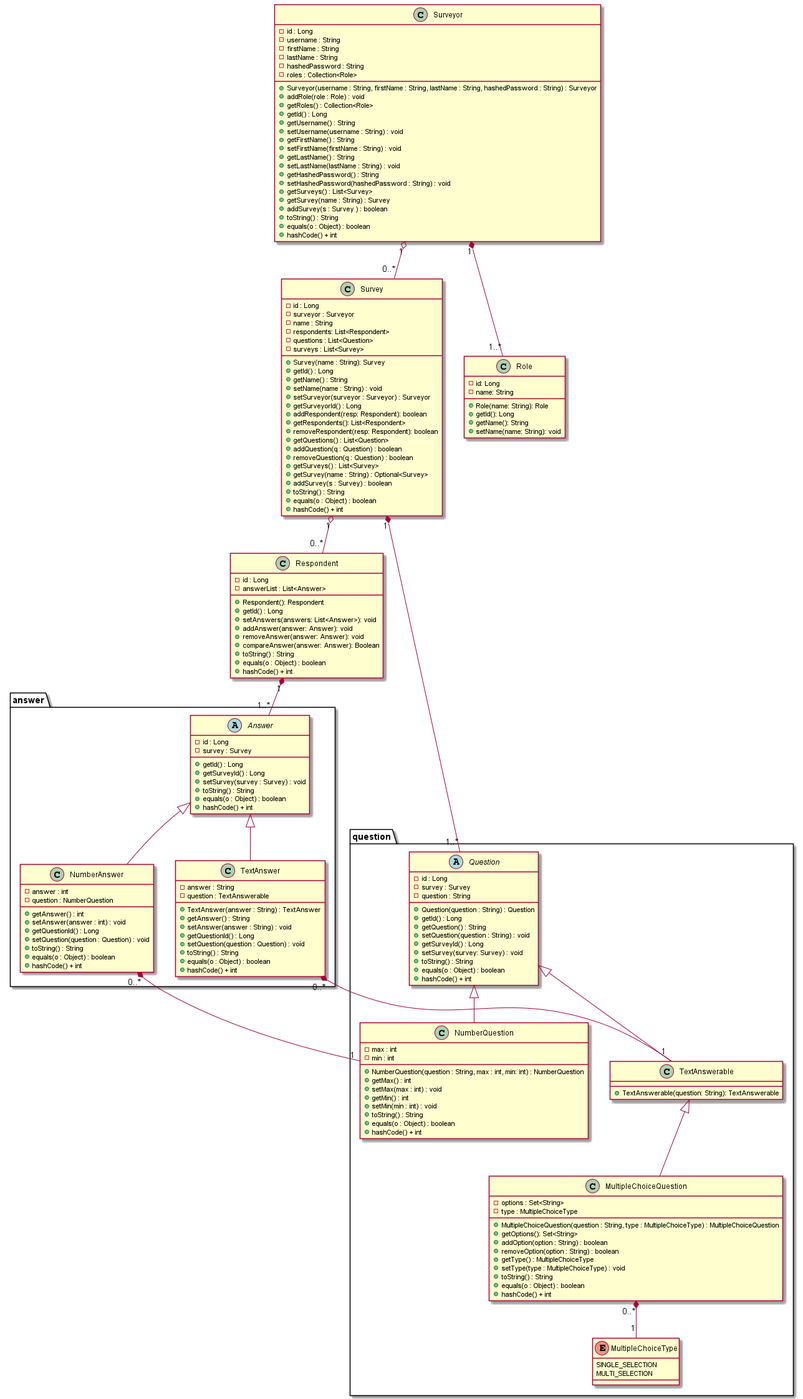
Earlier version of the PlantUML export docs/Models.png (Daniel-W-Innes/SYSC4806-Project-Backend).
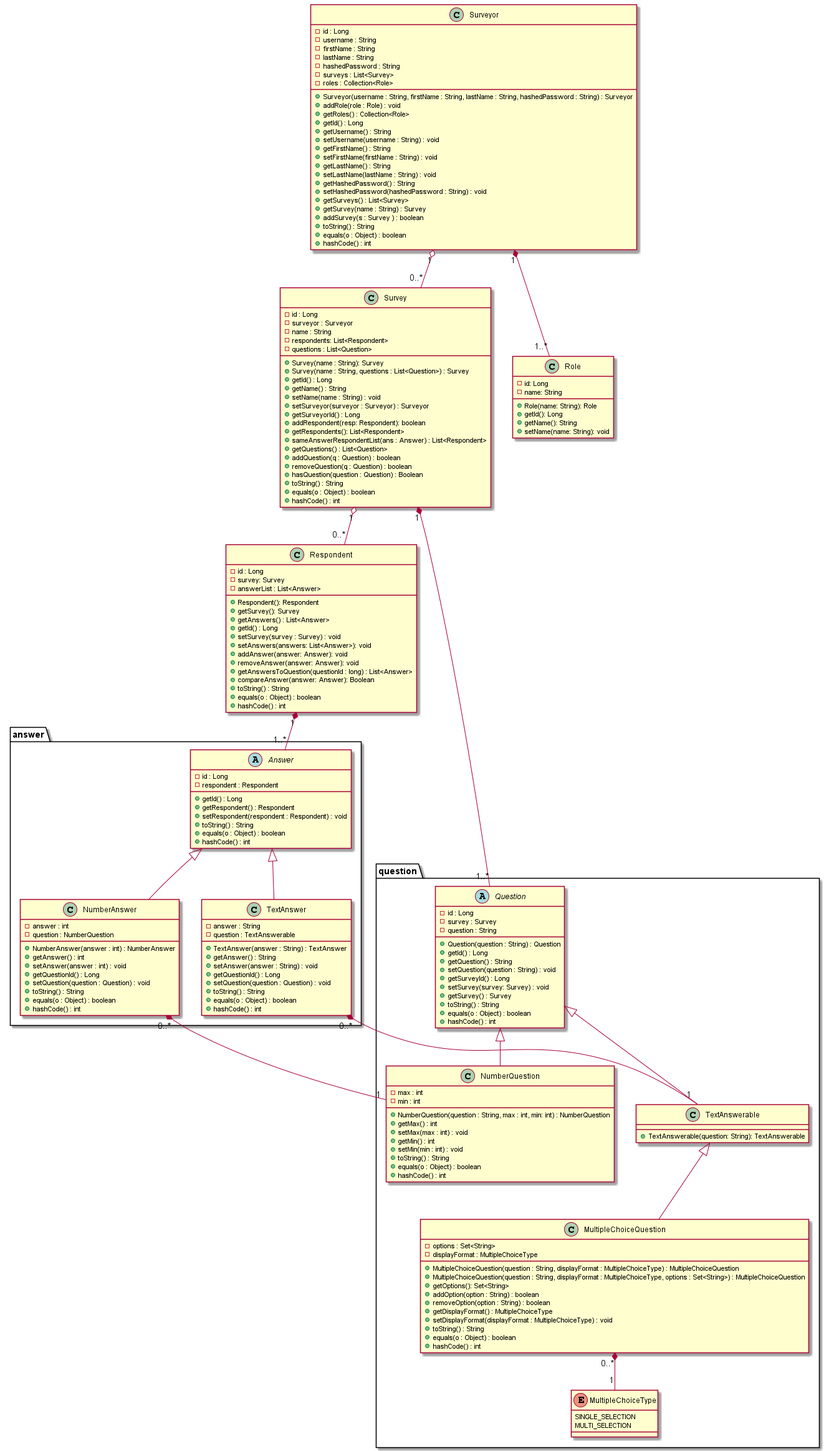
The same diagram one commit later.

What changed in the source:
```diff
@@ -6,6 +6,7 @@
     - firstName : String
     - lastName : String
     - hashedPassword : String
+    - surveys : List<Survey>
     - roles : Collection<Role>
     + Surveyor(username : String, firstName : String, lastName : String, hashedPassword : String) : Surveyor
     + addRole(role : Role) : void
@@ -24,7 +25,7 @@
     + addSurvey(s : Survey ) : boolean
     + toString() : String
     + equals(o : Object) : boolean
-    + hashCode() + int
+    + hashCode() : int
 }
 
 class Survey{
@@ -33,8 +34,8 @@
     - name : String
     - respondents: List<Respondent>
     - questions : List<Question>
-    - surveys : List<Survey>
     + Survey(name : String): Survey
+    + Survey(name : String, questions : List<Question>) : Survey
     + getId() : Long
     + getName() : String
     + setName(name : String) : void
@@ -42,30 +43,33 @@
     + getSurveyorId() : Long
     + addRespondent(resp: Respondent): boolean
     + getRespondents(): List<Respondent>
-    + removeRespondent(resp: Respondent): boolean
+    + sameAnswerRespondentList(ans : Answer) : List<Respondent>
     + getQuestions() : List<Question>
     + addQuestion(q : Question) : boolean
     + removeQuestion(q : Question) : boolean
-    + getSurveys() : List<Survey>
-    + getSurvey(name : String) : Optional<Survey>
-    + addSurvey(s : Survey) : boolean
+    + hasQuestion(question : Question) : Boolean
     + toString() : String
     + equals(o : Object) : boolean
-    + hashCode() + int
+    + hashCode() : int
 }
 
 class Respondent{
     - id : Long
+    - survey: Survey
     - answerList : List<Answer>
     + Respondent(): Respondent
+    + getSurvey(): Survey
+    + getAnswers() : List<Answer>
     + getId() : Long
+    + setSurvey(survey : Survey) : void
     + setAnswers(answers: List<Answer>): void
     + addAnswer(answer: Answer): void
     + removeAnswer(answer: Answer): void
+    + getAnswersToQuestion(questionId : long) : List<Answer>
     + compareAnswer(answer: Answer): Boolean
     + toString() : String
     + equals(o : Object) : boolean
-    + hashCode() + int
+    + hashCode() : int
 }
 
 class Role {
@@ -88,9 +92,10 @@
         + setQuestion(question : String) : void
         + getSurveyId() : Long
         + setSurvey(survey: Survey) : void
+        + getSurvey() : Survey
         + toString() : String
         + equals(o : Object) : boolean
-        + hashCode() + int
+        + hashCode() : int
     }
     class NumberQuestion extends Question{
         - max : int
@@ -102,7 +107,7 @@
         + setMin(min : int) : void
         + toString() : String
         + equals(o : Object) : boolean
-        + hashCode() + int
+        + hashCode() : int
     }
     enum MultipleChoiceType{
         SINGLE_SELECTION
@@ -110,16 +115,17 @@
     }
     class MultipleChoiceQuestion extends TextAnswerable{
         - options : Set<String>
-        - type : MultipleChoiceType
-        + MultipleChoiceQuestion(question : String, type : MultipleChoiceType) : MultipleChoiceQuestion
+        - displayFormat : MultipleChoiceType
+        + MultipleChoiceQuestion(question : String, displayFormat : MultipleChoiceType) : MultipleChoiceQuestion
+        + MultipleChoiceQuestion(question : String, displayFormat : MultipleChoiceType, options : Set<String>) : MultipleChoiceQuestion
         + getOptions(): Set<String>
         + addOption(option : String) : boolean
         + removeOption(option : String) : boolean
-        + getType() : MultipleChoiceType
-        + setType(type : MultipleChoiceType) : void
+        + getDisplayFormat() : MultipleChoiceType
+        + setDisplayFormat(displayFormat : MultipleChoiceType) : void
         + toString() : String
         + equals(o : Object) : boolean
-        + hashCode() + int
+        + hashCode() : int
     }
     class TextAnswerable extends Question {
         + TextAnswerable(question: String): TextAnswerable
@@ -128,24 +134,25 @@
 package answer{
     abstract class Answer{
         - id : Long
-        - survey : Survey
+        - respondent : Respondent
         + getId() : Long
-        + getSurveyId() : Long
-        + setSurvey(survey : Survey) : void
+        + getRespondent() : Respondent
+        + setRespondent(respondent : Respondent) : void
         + toString() : String
         + equals(o : Object) : boolean
-        + hashCode() + int
+        + hashCode() : int
     }
     class NumberAnswer extends Answer{
         - answer : int
         - question : NumberQuestion
+        + NumberAnswer(answer : int) : NumberAnswer
         + getAnswer() : int
         + setAnswer(answer : int) : void
         + getQuestionId() : Long
         + setQuestion(question : Question) : void
         + toString() : String
         + equals(o : Object) : boolean
-        + hashCode() + int
+        + hashCode() : int
     }
     class TextAnswer extends Answer{
         - answer : String
@@ -157,7 +164,7 @@
         + setQuestion(question : Question) : void
         + toString() : String
         + equals(o : Object) : boolean
-        + hashCode() + int
+        + hashCode() : int
     }
 }
 
```
